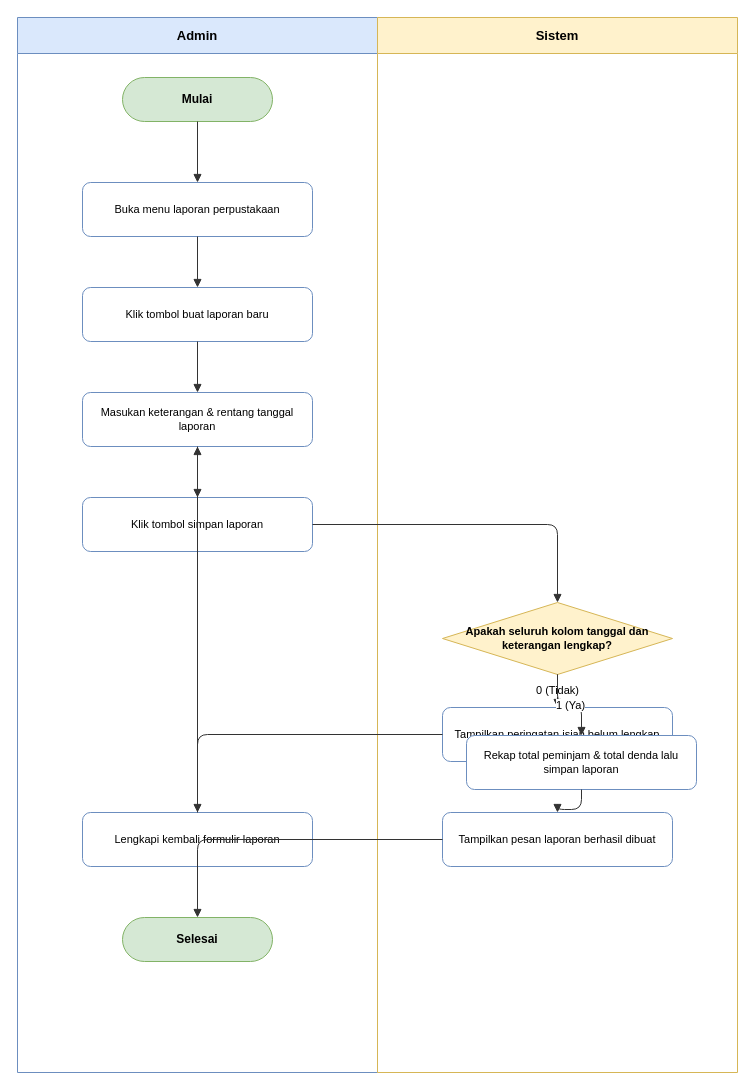
dimstyle/ruang-baca keeps this draw.io diagram as docs/diagrams/activity/activity-createlaporan.drawio. Above is the earlier version. Source tidied: cells renumbered, new cells numbered last; positions are measured from the earlier drawing's top-left corner, leaving out a move shared by most shapes. Both pictures are drawn from the tidied source at 100%, with x=0, y=0 at pixel (17, 17).
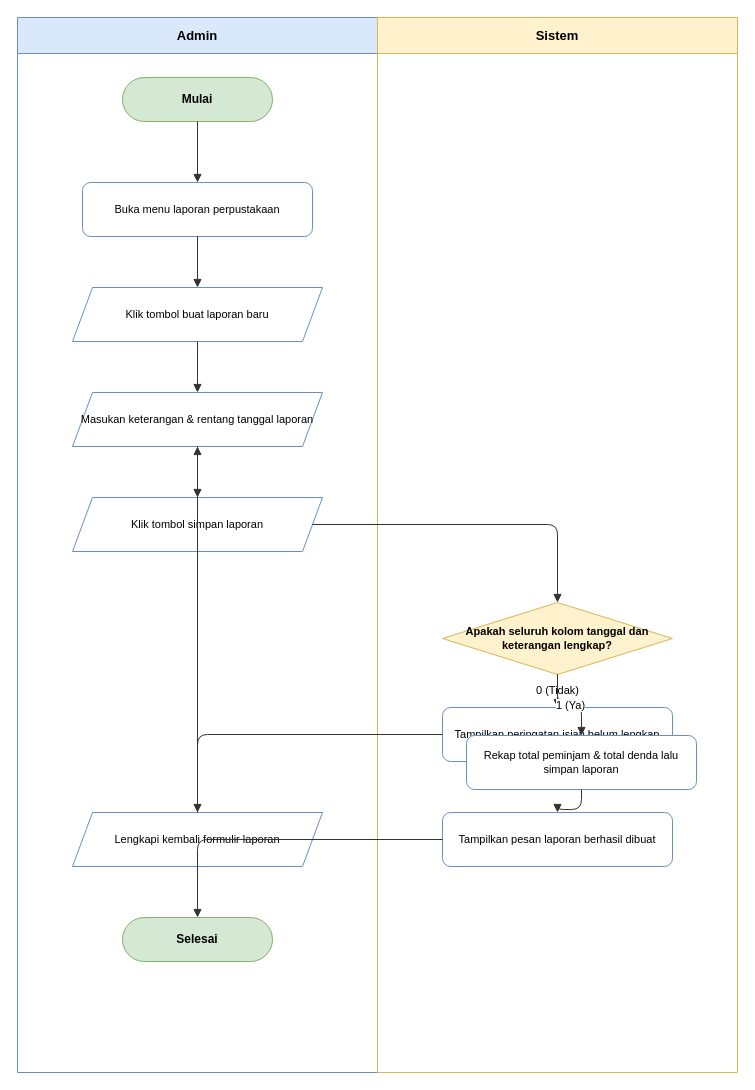
Above is the later version.

The change refers to these unchanged cells:
```xml
<mxCell id="2" value="Admin" style="swimlane;whiteSpace=wrap;html=1;startSize=36;fillColor=#dae8fc;strokeColor=#6c8ebf;fontStyle=1;fontSize=13;" parent="1" vertex="1">
  <mxGeometry width="360" height="1055" as="geometry" />
</mxCell>
```

Change to the diagram source:
```diff
@@
+    <mxCell id="10" value="Sistem" style="swimlane;whiteSpace=wrap;html=1;startSize=36;fillColor=#fff2cc;strokeColor=#d6b656;fontStyle=1;fontSize=13;" parent="1" vertex="1">
+      <mxGeometry x="360" width="360" height="1055" as="geometry" />
+    </mxCell>
@@
-    <mxCell id="5" value="Klik tombol buat laporan baru" style="rounded=1;whiteSpace=wrap;html=1;fillColor=#ffffff;strokeColor=#6c8ebf;fontSize=11;" parent="2" vertex="1">
-      <mxGeometry x="65" y="270" width="230" height="54" as="geometry" />
+    <mxCell id="5" value="Klik tombol buat laporan baru" style="shape=parallelogram;perimeter=parallelogramPerimeter;whiteSpace=wrap;html=1;fixedSize=1;fillColor=#ffffff;strokeColor=#6c8ebf;fontSize=11;" parent="2" vertex="1">
+      <mxGeometry x="55" y="270" width="250" height="54" as="geometry" />
     </mxCell>
-    <mxCell id="6" value="Masukan keterangan &amp; rentang tanggal laporan" style="rounded=1;whiteSpace=wrap;html=1;fillColor=#ffffff;strokeColor=#6c8ebf;fontSize=11;" parent="2" vertex="1">
-      <mxGeometry x="65" y="375" width="230" height="54" as="geometry" />
+    <mxCell id="6" value="Masukan keterangan &amp; rentang tanggal laporan" style="shape=parallelogram;perimeter=parallelogramPerimeter;whiteSpace=wrap;html=1;fixedSize=1;fillColor=#ffffff;strokeColor=#6c8ebf;fontSize=11;" parent="2" vertex="1">
+      <mxGeometry x="55" y="375" width="250" height="54" as="geometry" />
     </mxCell>
-    <mxCell id="7" value="Klik tombol simpan laporan" style="rounded=1;whiteSpace=wrap;html=1;fillColor=#ffffff;strokeColor=#6c8ebf;fontSize=11;" parent="2" vertex="1">
-      <mxGeometry x="65" y="480" width="230" height="54" as="geometry" />
+    <mxCell id="7" value="Klik tombol simpan laporan" style="shape=parallelogram;perimeter=parallelogramPerimeter;whiteSpace=wrap;html=1;fixedSize=1;fillColor=#ffffff;strokeColor=#6c8ebf;fontSize=11;" parent="2" vertex="1">
+      <mxGeometry x="55" y="480" width="250" height="54" as="geometry" />
     </mxCell>
-    <mxCell id="8" value="Lengkapi kembali formulir laporan" style="rounded=1;whiteSpace=wrap;html=1;fillColor=#ffffff;strokeColor=#6c8ebf;fontSize=11;" parent="2" vertex="1">
-      <mxGeometry x="65" y="795" width="230" height="54" as="geometry" />
+    <mxCell id="8" value="Lengkapi kembali formulir laporan" style="shape=parallelogram;perimeter=parallelogramPerimeter;whiteSpace=wrap;html=1;fixedSize=1;fillColor=#ffffff;strokeColor=#6c8ebf;fontSize=11;" parent="2" vertex="1">
+      <mxGeometry x="55" y="795" width="250" height="54" as="geometry" />
     </mxCell>
@@
-    <mxCell id="10" value="Sistem" style="swimlane;whiteSpace=wrap;html=1;startSize=36;fillColor=#fff2cc;strokeColor=#d6b656;fontStyle=1;fontSize=13;" parent="1" vertex="1">
-      <mxGeometry x="360" width="360" height="1055" as="geometry" />
-    </mxCell>
```
